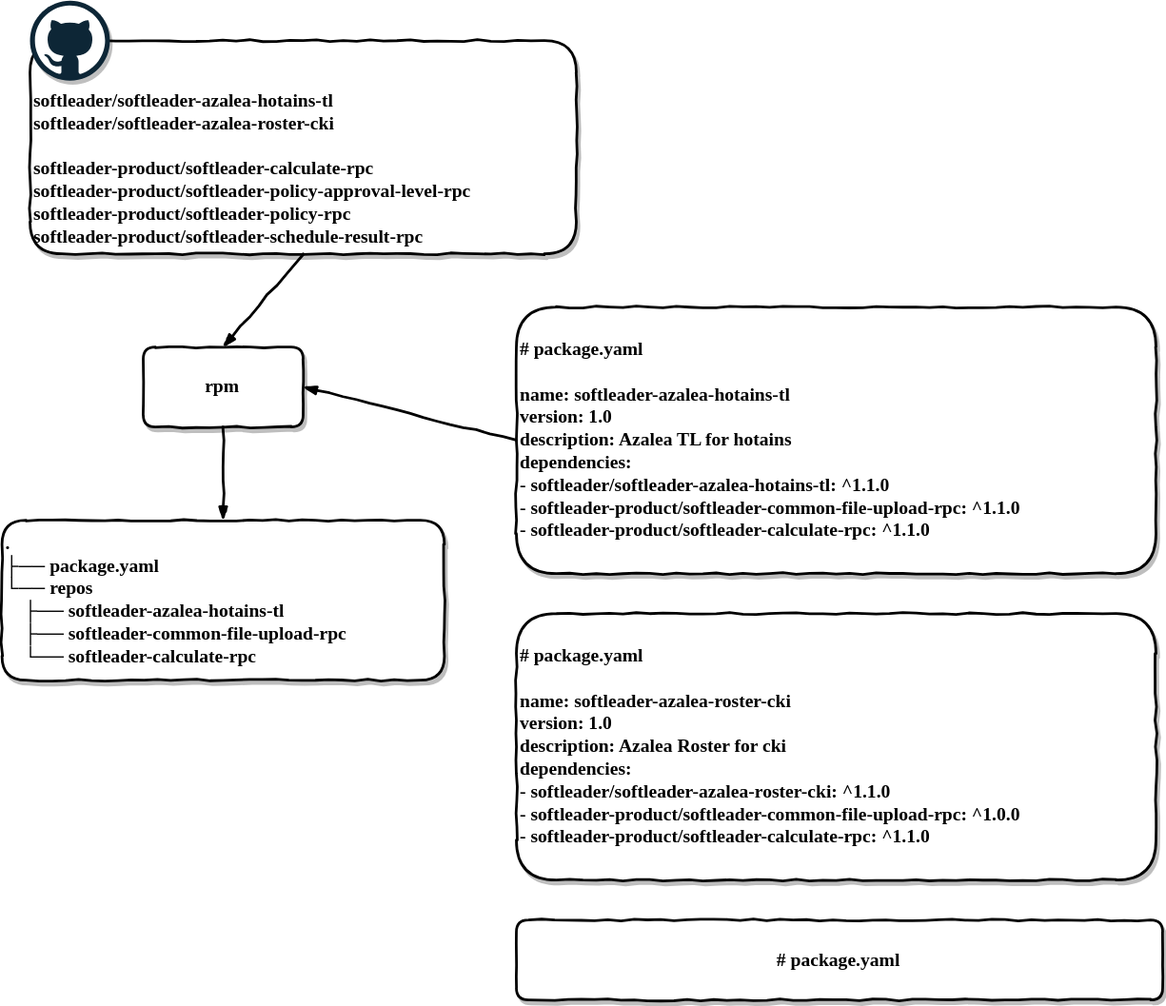
Before: doc/overview.svg, a diagram exported from draw.io (softleader/git-package-manager). Source tidied: cells renumbered, new cells last; positions are measured from the earlier drawing's top-left corner, leaving out a move shared by most shapes. Its diagram source:
```xml
<mxGraphModel background="#ffffff">
  <root>
    <mxCell id="0" />
    <mxCell id="1" parent="0" />
    <mxCell id="2" value="rpm" style="comic=1;strokeWidth=2;fontFamily=Comic Sans MS;fontStyle=1;rounded=1;shadow=1;glass=0;fillColor=#FFFFFF;gradientColor=none;align=center;fontSize=14;" parent="1" vertex="1">
      <mxGeometry x="106" y="260" width="120" height="60" as="geometry" />
    </mxCell>
    <mxCell id="3" style="group;" parent="1" vertex="1">
      <mxGeometry x="21" width="410" height="190" as="geometry" />
    </mxCell>
    <mxCell id="4" value="softleader/softleader-azalea-hotains-tl&#10;softleader/softleader-azalea-roster-cki&#10;&#10;softleader-product/softleader-calculate-rpc&#10;softleader-product/softleader-policy-approval-level-rpc&#10;softleader-product/softleader-policy-rpc&#10;softleader-product/softleader-schedule-result-rpc" style="comic=1;strokeWidth=2;fontFamily=Comic Sans MS;fontStyle=1;rounded=1;shadow=1;glass=0;fillColor=#FFFFFF;gradientColor=none;align=left;verticalAlign=bottom;fontSize=14;" parent="3" vertex="1">
      <mxGeometry y="30" width="410" height="160" as="geometry" />
    </mxCell>
    <mxCell id="5" style="dashed=0;shape=mxgraph.weblogos.github;rounded=1;shadow=1;glass=0;strokeColor=#67AB9F;fillColor=#FFFFFF;gradientColor=none;fontFamily=Comic Sans MS;fontSize=12;fontColor=#000000;align=center;" parent="3" vertex="1">
      <mxGeometry width="60" height="60" as="geometry" />
    </mxCell>
    <mxCell id="6" value="# package.yaml&#10;&#10;name: softleader-azalea-hotains-tl&#10;version: 1.0&#10;description: Azalea TL for hotains&#10;dependencies: &#10;  - softleader/softleader-azalea-hotains-tl: ^1.1.0&#10;  - softleader-product/softleader-common-file-upload-rpc: ^1.1.0&#10;  - softleader-product/softleader-calculate-rpc: ^1.1.0" style="comic=1;strokeWidth=2;fontFamily=Comic Sans MS;fontStyle=1;rounded=1;shadow=1;glass=0;fillColor=#FFFFFF;gradientColor=none;align=left;fontSize=14;" parent="1" vertex="1">
      <mxGeometry x="386" y="230" width="480" height="200" as="geometry" />
    </mxCell>
    <mxCell id="7" style="rounded=0;comic=1;strokeWidth=2;endArrow=blockThin;fontFamily=Comic Sans MS;fontStyle=1;entryX=1;entryY=0.5;exitX=0;exitY=0.5;" parent="1" edge="1" source="6" target="2">
      <mxGeometry relative="1" as="geometry" />
    </mxCell>
    <mxCell id="8" style="rounded=0;comic=1;strokeWidth=2;endArrow=blockThin;fontFamily=Comic Sans MS;fontStyle=1;exitX=0.5;exitY=1;entryX=0.5;entryY=0;" parent="1" edge="1" source="4" target="2">
      <mxGeometry relative="1" as="geometry" />
    </mxCell>
    <mxCell id="9" value=".&#10;├── package.yaml&#10;└── repos&#10;    ├── softleader-azalea-hotains-tl&#10;    ├── softleader-common-file-upload-rpc&#10;    └── softleader-calculate-rpc" style="comic=1;strokeWidth=2;fontFamily=Comic Sans MS;fontStyle=1;rounded=1;shadow=1;glass=0;fillColor=#FFFFFF;gradientColor=none;align=left;fontSize=14;" parent="1" vertex="1">
      <mxGeometry y="390" width="332" height="120" as="geometry" />
    </mxCell>
    <mxCell id="10" style="rounded=0;comic=1;strokeWidth=2;endArrow=blockThin;fontFamily=Comic Sans MS;fontStyle=1;exitX=0.5;exitY=1;entryX=0.5;entryY=0;" parent="1" edge="1" source="2" target="9">
      <mxGeometry relative="1" as="geometry" />
    </mxCell>
    <mxCell id="11" value="# package.yaml&#10;&#10;name: softleader-azalea-roster-cki&#10;version: 1.0&#10;description: Azalea Roster for cki&#10;dependencies: &#10;  - softleader/softleader-azalea-roster-cki: ^1.1.0&#10;  - softleader-product/softleader-common-file-upload-rpc: ^1.0.0&#10;  - softleader-product/softleader-calculate-rpc: ^1.1.0" style="comic=1;strokeWidth=2;fontFamily=Comic Sans MS;fontStyle=1;rounded=1;shadow=1;glass=0;fillColor=#FFFFFF;gradientColor=none;align=left;fontSize=14;" parent="1" vertex="1">
      <mxGeometry x="386" y="460" width="480" height="200" as="geometry" />
    </mxCell>
    <mxCell id="12" value="# package.yaml" style="whiteSpace=wrap;comic=1;strokeWidth=2;fontFamily=Comic Sans MS;fontStyle=1;rounded=1;shadow=1;glass=0;fillColor=#FFFFFF;gradientColor=none;align=center;fontSize=14;" parent="1" vertex="1">
      <mxGeometry x="386" y="690" width="485" height="60" as="geometry" />
    </mxCell>
  </root>
</mxGraphModel>
```
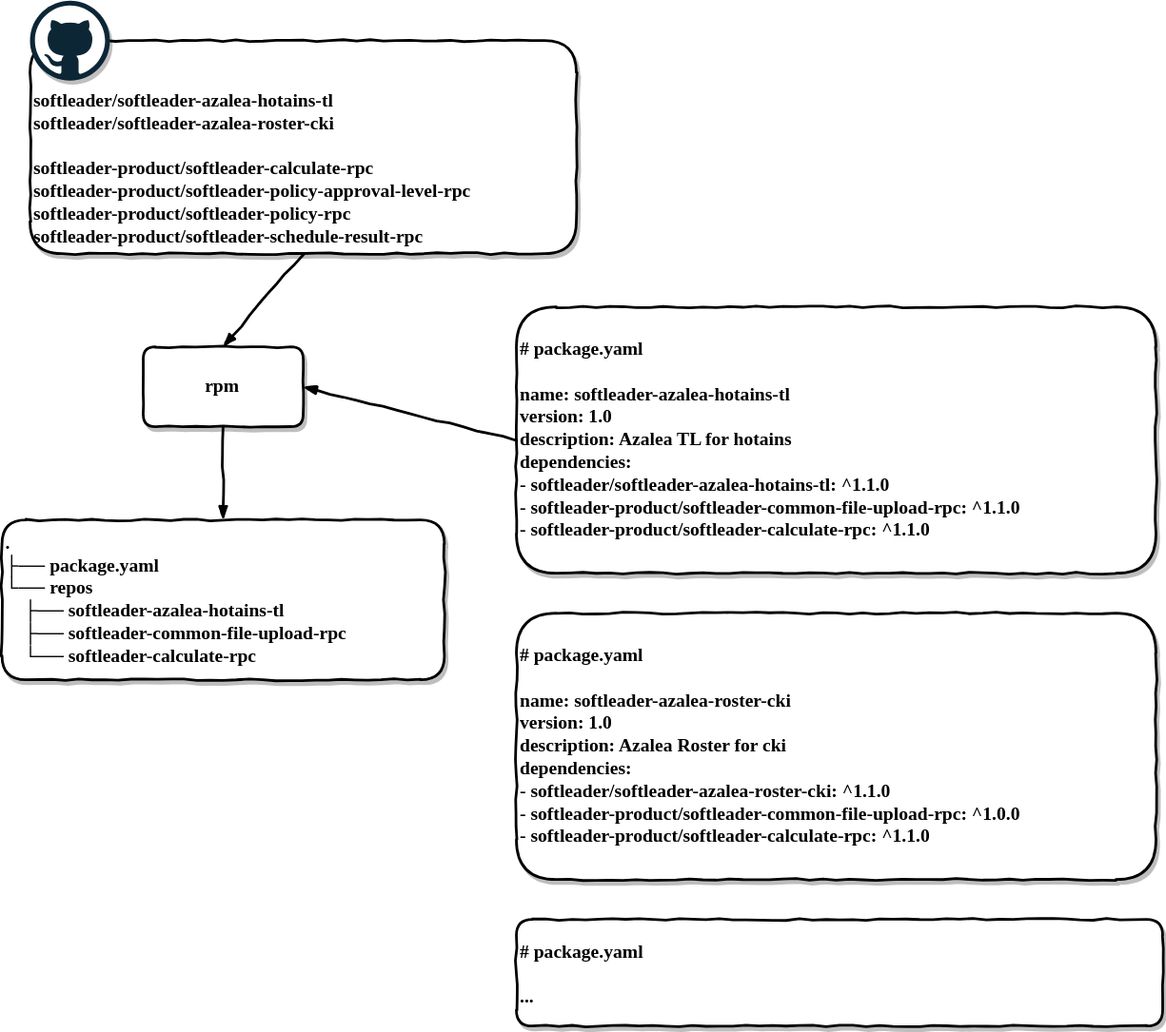
After the commit.

The edit, as a diff of the source:
```diff
@@ -32,8 +32,8 @@
     <mxCell id="11" value="# package.yaml&#10;&#10;name: softleader-azalea-roster-cki&#10;version: 1.0&#10;description: Azalea Roster for cki&#10;dependencies: &#10;  - softleader/softleader-azalea-roster-cki: ^1.1.0&#10;  - softleader-product/softleader-common-file-upload-rpc: ^1.0.0&#10;  - softleader-product/softleader-calculate-rpc: ^1.1.0" style="comic=1;strokeWidth=2;fontFamily=Comic Sans MS;fontStyle=1;rounded=1;shadow=1;glass=0;fillColor=#FFFFFF;gradientColor=none;align=left;fontSize=14;" parent="1" vertex="1">
       <mxGeometry x="386" y="460" width="480" height="200" as="geometry" />
     </mxCell>
-    <mxCell id="12" value="# package.yaml" style="whiteSpace=wrap;comic=1;strokeWidth=2;fontFamily=Comic Sans MS;fontStyle=1;rounded=1;shadow=1;glass=0;fillColor=#FFFFFF;gradientColor=none;align=center;fontSize=14;" parent="1" vertex="1">
-      <mxGeometry x="386" y="690" width="485" height="60" as="geometry" />
+    <mxCell id="12" value="# package.yaml&#10;&#10;..." style="whiteSpace=wrap;comic=1;strokeWidth=2;fontFamily=Comic Sans MS;fontStyle=1;rounded=1;shadow=1;glass=0;fillColor=#FFFFFF;gradientColor=none;align=left;fontSize=14;" parent="1" vertex="1">
+      <mxGeometry x="386" y="690" width="485" height="80" as="geometry" />
     </mxCell>
   </root>
 </mxGraphModel>
```
